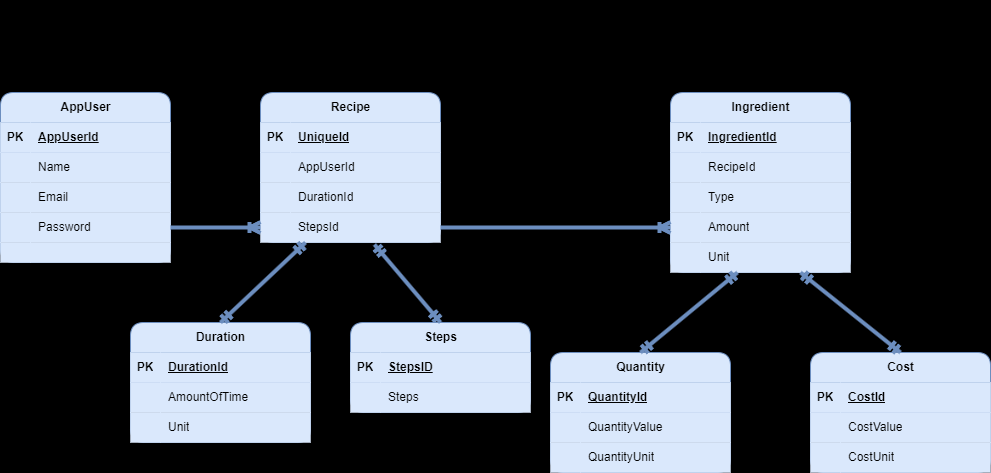
This is KolorowyDiagramEncji.png from kkulak1/PIS_Projekt, a draw.io export, as it was before one commit. Source tidied: cells renumbered, new cells last; positions are measured from the earlier drawing's top-left corner, leaving out a move shared by most shapes.
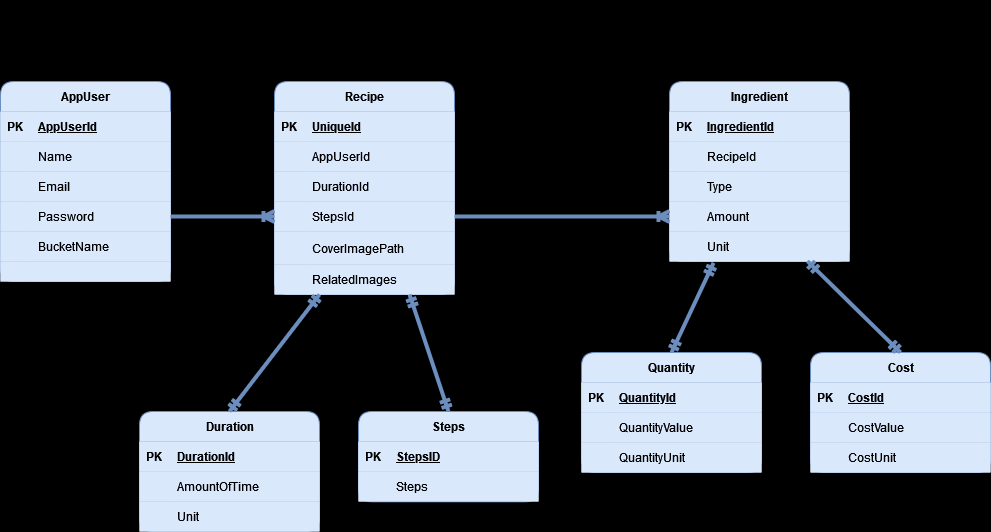
Later version of the same file.

The edit, as a diff of the source:
```diff
@@ -3,7 +3,7 @@
     <mxCell id="0" />
     <mxCell id="1" parent="0" />
     <mxCell id="2" value="AppUser" style="shape=table;startSize=30;rowLines=0;fontStyle=1;align=center;html=1;fillColor=#dae8fc;strokeColor=#6c8ebf;rounded=1;" parent="1" vertex="1">
-      <mxGeometry y="92" width="170" height="170" as="geometry" />
+      <mxGeometry y="81" width="170" height="200" as="geometry" />
     </mxCell>
     <mxCell id="3" style="shape=tableRow;horizontal=0;startSize=0;swimlaneHead=0;swimlaneBody=0;top=0;left=0;right=0;bottom=1;fillColor=#dae8fc;strokeColor=#6c8ebf;rounded=1;" parent="2" vertex="1">
       <mxGeometry y="30" width="170" height="30" as="geometry" />
@@ -41,8 +41,17 @@
     <mxCell id="14" value="Password" style="shape=partialRectangle;top=0;left=0;bottom=0;right=0;align=left;spacingLeft=6;overflow=hidden;whiteSpace=wrap;html=1;fillColor=#dae8fc;strokeColor=#6c8ebf;rounded=1;" parent="12" vertex="1">
       <mxGeometry x="30" width="140" height="30" as="geometry" />
     </mxCell>
+    <mxCell id="91" style="shape=tableRow;horizontal=0;startSize=0;swimlaneHead=0;swimlaneBody=0;top=0;left=0;right=0;bottom=0;fillColor=#dae8fc;strokeColor=#6c8ebf;rounded=1;" parent="2" vertex="1">
+      <mxGeometry y="150" width="170" height="30" as="geometry" />
+    </mxCell>
+    <mxCell id="92" style="shape=partialRectangle;top=0;left=0;bottom=0;right=0;overflow=hidden;whiteSpace=wrap;html=1;fillColor=#dae8fc;strokeColor=#6c8ebf;rounded=1;" parent="91" vertex="1">
+      <mxGeometry width="30" height="30" as="geometry" />
+    </mxCell>
+    <mxCell id="93" value="BucketName" style="shape=partialRectangle;top=0;left=0;bottom=0;right=0;align=left;spacingLeft=6;overflow=hidden;whiteSpace=wrap;html=1;fillColor=#dae8fc;strokeColor=#6c8ebf;rounded=1;" parent="91" vertex="1">
+      <mxGeometry x="30" width="140" height="30" as="geometry" />
+    </mxCell>
     <mxCell id="15" style="shape=tableRow;horizontal=0;startSize=0;swimlaneHead=0;swimlaneBody=0;top=0;left=0;right=0;bottom=0;fillColor=#dae8fc;strokeColor=#6c8ebf;rounded=1;" parent="2" vertex="1">
-      <mxGeometry y="150" width="170" height="20" as="geometry" />
+      <mxGeometry y="180" width="170" height="20" as="geometry" />
     </mxCell>
     <mxCell id="16" style="shape=partialRectangle;top=0;left=0;bottom=0;right=0;overflow=hidden;whiteSpace=wrap;html=1;fillColor=#dae8fc;strokeColor=#6c8ebf;rounded=1;" parent="15" vertex="1">
       <mxGeometry width="30" height="20" as="geometry" />
@@ -51,7 +60,7 @@
       <mxGeometry x="30" width="140" height="20" as="geometry" />
     </mxCell>
     <mxCell id="18" value="Recipe" style="shape=table;startSize=30;rowLines=0;fontStyle=1;align=center;html=1;fillColor=#dae8fc;strokeColor=#6c8ebf;rounded=1;" parent="1" vertex="1">
-      <mxGeometry x="260" y="92" width="180" height="150" as="geometry" />
+      <mxGeometry x="274" y="81" width="180" height="213" as="geometry" />
     </mxCell>
     <mxCell id="19" style="shape=tableRow;horizontal=0;startSize=0;swimlaneHead=0;swimlaneBody=0;top=0;left=0;right=0;bottom=1;fillColor=#dae8fc;strokeColor=#6c8ebf;rounded=1;" parent="18" vertex="1">
       <mxGeometry y="30" width="180" height="30" as="geometry" />
@@ -89,8 +98,26 @@
     <mxCell id="30" value="StepsId" style="shape=partialRectangle;top=0;left=0;bottom=0;right=0;align=left;spacingLeft=6;overflow=hidden;whiteSpace=wrap;html=1;fillColor=#dae8fc;strokeColor=#6c8ebf;rounded=1;" parent="28" vertex="1">
       <mxGeometry x="30" width="150" height="30" as="geometry" />
     </mxCell>
+    <mxCell id="94" style="shape=tableRow;horizontal=0;startSize=0;swimlaneHead=0;swimlaneBody=0;top=0;left=0;right=0;bottom=0;fillColor=#dae8fc;strokeColor=#6c8ebf;rounded=1;" parent="18" vertex="1">
+      <mxGeometry y="150" width="180" height="33" as="geometry" />
+    </mxCell>
+    <mxCell id="95" style="shape=partialRectangle;top=0;left=0;bottom=0;right=0;overflow=hidden;whiteSpace=wrap;html=1;fillColor=#dae8fc;strokeColor=#6c8ebf;rounded=1;" parent="94" vertex="1">
+      <mxGeometry width="30" height="33" as="geometry" />
+    </mxCell>
+    <mxCell id="96" value="&lt;div&gt;CoverImagePath&lt;/div&gt;" style="shape=partialRectangle;top=0;left=0;bottom=0;right=0;align=left;spacingLeft=6;overflow=hidden;whiteSpace=wrap;html=1;fillColor=#dae8fc;strokeColor=#6c8ebf;rounded=1;" parent="94" vertex="1">
+      <mxGeometry x="30" width="150" height="33" as="geometry" />
+    </mxCell>
+    <mxCell id="97" style="shape=tableRow;horizontal=0;startSize=0;swimlaneHead=0;swimlaneBody=0;top=0;left=0;right=0;bottom=0;fillColor=#dae8fc;strokeColor=#6c8ebf;rounded=1;" parent="18" vertex="1">
+      <mxGeometry y="183" width="180" height="30" as="geometry" />
+    </mxCell>
+    <mxCell id="98" style="shape=partialRectangle;top=0;left=0;bottom=0;right=0;overflow=hidden;whiteSpace=wrap;html=1;fillColor=#dae8fc;strokeColor=#6c8ebf;rounded=1;" parent="97" vertex="1">
+      <mxGeometry width="30" height="30" as="geometry" />
+    </mxCell>
+    <mxCell id="99" value="&lt;div&gt;RelatedImages&lt;/div&gt;" style="shape=partialRectangle;top=0;left=0;bottom=0;right=0;align=left;spacingLeft=6;overflow=hidden;whiteSpace=wrap;html=1;fillColor=#dae8fc;strokeColor=#6c8ebf;rounded=1;" parent="97" vertex="1">
+      <mxGeometry x="30" width="150" height="30" as="geometry" />
+    </mxCell>
     <mxCell id="31" value="Ingredient" style="shape=table;startSize=30;rowLines=0;fontStyle=1;align=center;html=1;fillColor=#dae8fc;strokeColor=#6c8ebf;rounded=1;" parent="1" vertex="1">
-      <mxGeometry x="670" y="92" width="180" height="180" as="geometry" />
+      <mxGeometry x="669" y="81" width="180" height="180" as="geometry" />
     </mxCell>
     <mxCell id="32" style="shape=tableRow;horizontal=0;startSize=0;swimlaneHead=0;swimlaneBody=0;top=0;left=0;right=0;bottom=1;fillColor=#dae8fc;strokeColor=#6c8ebf;rounded=1;" parent="31" vertex="1">
       <mxGeometry y="30" width="180" height="30" as="geometry" />
@@ -138,7 +165,7 @@
       <mxGeometry x="30" width="150" height="30" as="geometry" />
     </mxCell>
     <mxCell id="47" value="Steps" style="shape=table;startSize=30;rowLines=0;fontStyle=1;align=center;html=1;fillColor=#dae8fc;strokeColor=#6c8ebf;rounded=1;" parent="1" vertex="1">
-      <mxGeometry x="350" y="322" width="180" height="90" as="geometry" />
+      <mxGeometry x="358" y="411" width="180" height="90.3" as="geometry" />
     </mxCell>
     <mxCell id="48" style="shape=tableRow;horizontal=0;startSize=0;swimlaneHead=0;swimlaneBody=0;top=0;left=0;right=0;bottom=1;fillColor=#dae8fc;strokeColor=#6c8ebf;rounded=1;" parent="47" vertex="1">
       <mxGeometry y="30" width="180" height="30" as="geometry" />
@@ -159,7 +186,7 @@
       <mxGeometry x="30" width="150" height="30" as="geometry" />
     </mxCell>
     <mxCell id="54" value="Duration" style="shape=table;startSize=30;rowLines=0;fontStyle=1;align=center;html=1;fillColor=#dae8fc;strokeColor=#6c8ebf;rounded=1;" parent="1" vertex="1">
-      <mxGeometry x="130" y="322" width="180" height="120" as="geometry" />
+      <mxGeometry x="139" y="411" width="180" height="120" as="geometry" />
     </mxCell>
     <mxCell id="55" style="shape=tableRow;horizontal=0;startSize=0;swimlaneHead=0;swimlaneBody=0;top=0;left=0;right=0;bottom=1;fillColor=#dae8fc;strokeColor=#6c8ebf;rounded=1;" parent="54" vertex="1">
       <mxGeometry y="30" width="180" height="30" as="geometry" />
@@ -194,10 +221,10 @@
     <mxCell id="65" style="edgeStyle=entityRelationEdgeStyle;fontSize=12;html=1;endArrow=ERoneToMany;rounded=1;entryX=0;entryY=0.5;entryDx=0;entryDy=0;exitX=1;exitY=0.5;exitDx=0;exitDy=0;fillColor=#dae8fc;strokeColor=#6c8ebf;strokeWidth=4;" parent="1" edge="1" source="28" target="41">
       <mxGeometry relative="1" as="geometry" />
     </mxCell>
-    <mxCell id="66" style="fontSize=12;html=1;endArrow=ERmandOne;startArrow=ERmandOne;rounded=1;exitX=0.5;exitY=0;exitDx=0;exitDy=0;entryX=0.25;entryY=1;entryDx=0;entryDy=0;fillColor=#dae8fc;strokeColor=#6c8ebf;strokeWidth=4;" parent="1" edge="1" source="54" target="18">
+    <mxCell id="66" style="fontSize=12;html=1;endArrow=ERmandOne;startArrow=ERmandOne;rounded=1;exitX=0.5;exitY=0;exitDx=0;exitDy=0;fillColor=#dae8fc;strokeColor=#6c8ebf;strokeWidth=4;entryX=0.25;entryY=1;entryDx=0;entryDy=0;" parent="1" edge="1" source="54" target="18">
       <mxGeometry relative="1" as="geometry" />
     </mxCell>
-    <mxCell id="67" style="fontSize=12;html=1;endArrow=ERmandOne;startArrow=ERmandOne;rounded=1;exitX=0.5;exitY=0;exitDx=0;exitDy=0;entryX=0.633;entryY=1.067;entryDx=0;entryDy=0;entryPerimeter=0;fillColor=#dae8fc;strokeColor=#6c8ebf;strokeWidth=4;" parent="1" edge="1" source="47" target="28">
+    <mxCell id="67" style="fontSize=12;html=1;endArrow=ERmandOne;startArrow=ERmandOne;rounded=1;exitX=0.5;exitY=0;exitDx=0;exitDy=0;fillColor=#dae8fc;strokeColor=#6c8ebf;strokeWidth=4;entryX=0.75;entryY=1;entryDx=0;entryDy=0;" parent="1" edge="1" source="47" target="18">
       <mxGeometry relative="1" as="geometry" />
     </mxCell>
     <mxCell id="68" value="Cost" style="shape=table;startSize=30;rowLines=0;fontStyle=1;align=center;html=1;fillColor=#dae8fc;strokeColor=#6c8ebf;rounded=1;" parent="1" vertex="1">
@@ -231,7 +258,7 @@
       <mxGeometry x="30" width="150" height="30" as="geometry" />
     </mxCell>
     <mxCell id="78" value="Quantity" style="shape=table;startSize=30;rowLines=0;fontStyle=1;align=center;html=1;fillColor=#dae8fc;strokeColor=#6c8ebf;rounded=1;" parent="1" vertex="1">
-      <mxGeometry x="550" y="352" width="180" height="120" as="geometry" />
+      <mxGeometry x="581" y="352" width="180" height="120" as="geometry" />
     </mxCell>
     <mxCell id="79" style="shape=tableRow;horizontal=0;startSize=0;swimlaneHead=0;swimlaneBody=0;top=0;left=0;right=0;bottom=1;fillColor=#dae8fc;strokeColor=#6c8ebf;rounded=1;" parent="78" vertex="1">
       <mxGeometry y="30" width="180" height="30" as="geometry" />
@@ -260,15 +287,11 @@
     <mxCell id="87" value="QuantityUnit" style="shape=partialRectangle;top=0;left=0;bottom=0;right=0;align=left;spacingLeft=6;overflow=hidden;whiteSpace=wrap;html=1;fillColor=#dae8fc;strokeColor=#6c8ebf;rounded=1;" parent="85" vertex="1">
       <mxGeometry x="30" width="150" height="30" as="geometry" />
     </mxCell>
-    <mxCell id="88" style="fontSize=12;html=1;endArrow=ERmandOne;startArrow=ERmandOne;rounded=1;entryX=0.633;entryY=1.067;entryDx=0;entryDy=0;entryPerimeter=0;exitX=0.5;exitY=0;exitDx=0;exitDy=0;fillColor=#dae8fc;strokeColor=#6c8ebf;jumpSize=6;strokeWidth=4;" parent="1" edge="1" source="68">
-      <mxGeometry relative="1" as="geometry">
-        <mxPoint x="800" y="272" as="targetPoint" />
-      </mxGeometry>
+    <mxCell id="88" style="fontSize=12;html=1;endArrow=ERmandOne;startArrow=ERmandOne;rounded=1;entryX=0.766;entryY=0.986;entryDx=0;entryDy=0;entryPerimeter=0;exitX=0.5;exitY=0;exitDx=0;exitDy=0;fillColor=#dae8fc;strokeColor=#6c8ebf;jumpSize=6;strokeWidth=4;" parent="1" edge="1" source="68" target="44">
+      <mxGeometry relative="1" as="geometry" />
     </mxCell>
-    <mxCell id="89" style="fontSize=12;html=1;endArrow=ERmandOne;startArrow=ERmandOne;rounded=1;exitX=0.5;exitY=0;exitDx=0;exitDy=0;entryX=0.633;entryY=1.067;entryDx=0;entryDy=0;entryPerimeter=0;fillColor=#dae8fc;strokeColor=#6c8ebf;strokeWidth=4;" parent="1" edge="1" source="78">
-      <mxGeometry relative="1" as="geometry">
-        <mxPoint x="737" y="272" as="targetPoint" />
-      </mxGeometry>
+    <mxCell id="89" style="fontSize=12;html=1;endArrow=ERmandOne;startArrow=ERmandOne;rounded=1;exitX=0.5;exitY=0;exitDx=0;exitDy=0;entryX=0.245;entryY=1.043;entryDx=0;entryDy=0;entryPerimeter=0;fillColor=#dae8fc;strokeColor=#6c8ebf;strokeWidth=4;" parent="1" edge="1" source="78" target="44">
+      <mxGeometry relative="1" as="geometry" />
     </mxCell>
     <mxCell id="90" value="Text" style="text;html=1;align=center;verticalAlign=middle;strokeColor=none;fillColor=none;fontSize=20;fontFamily=Architects Daughter;" parent="1" vertex="1">
       <mxGeometry x="768" width="59" height="36" as="geometry" />
```
